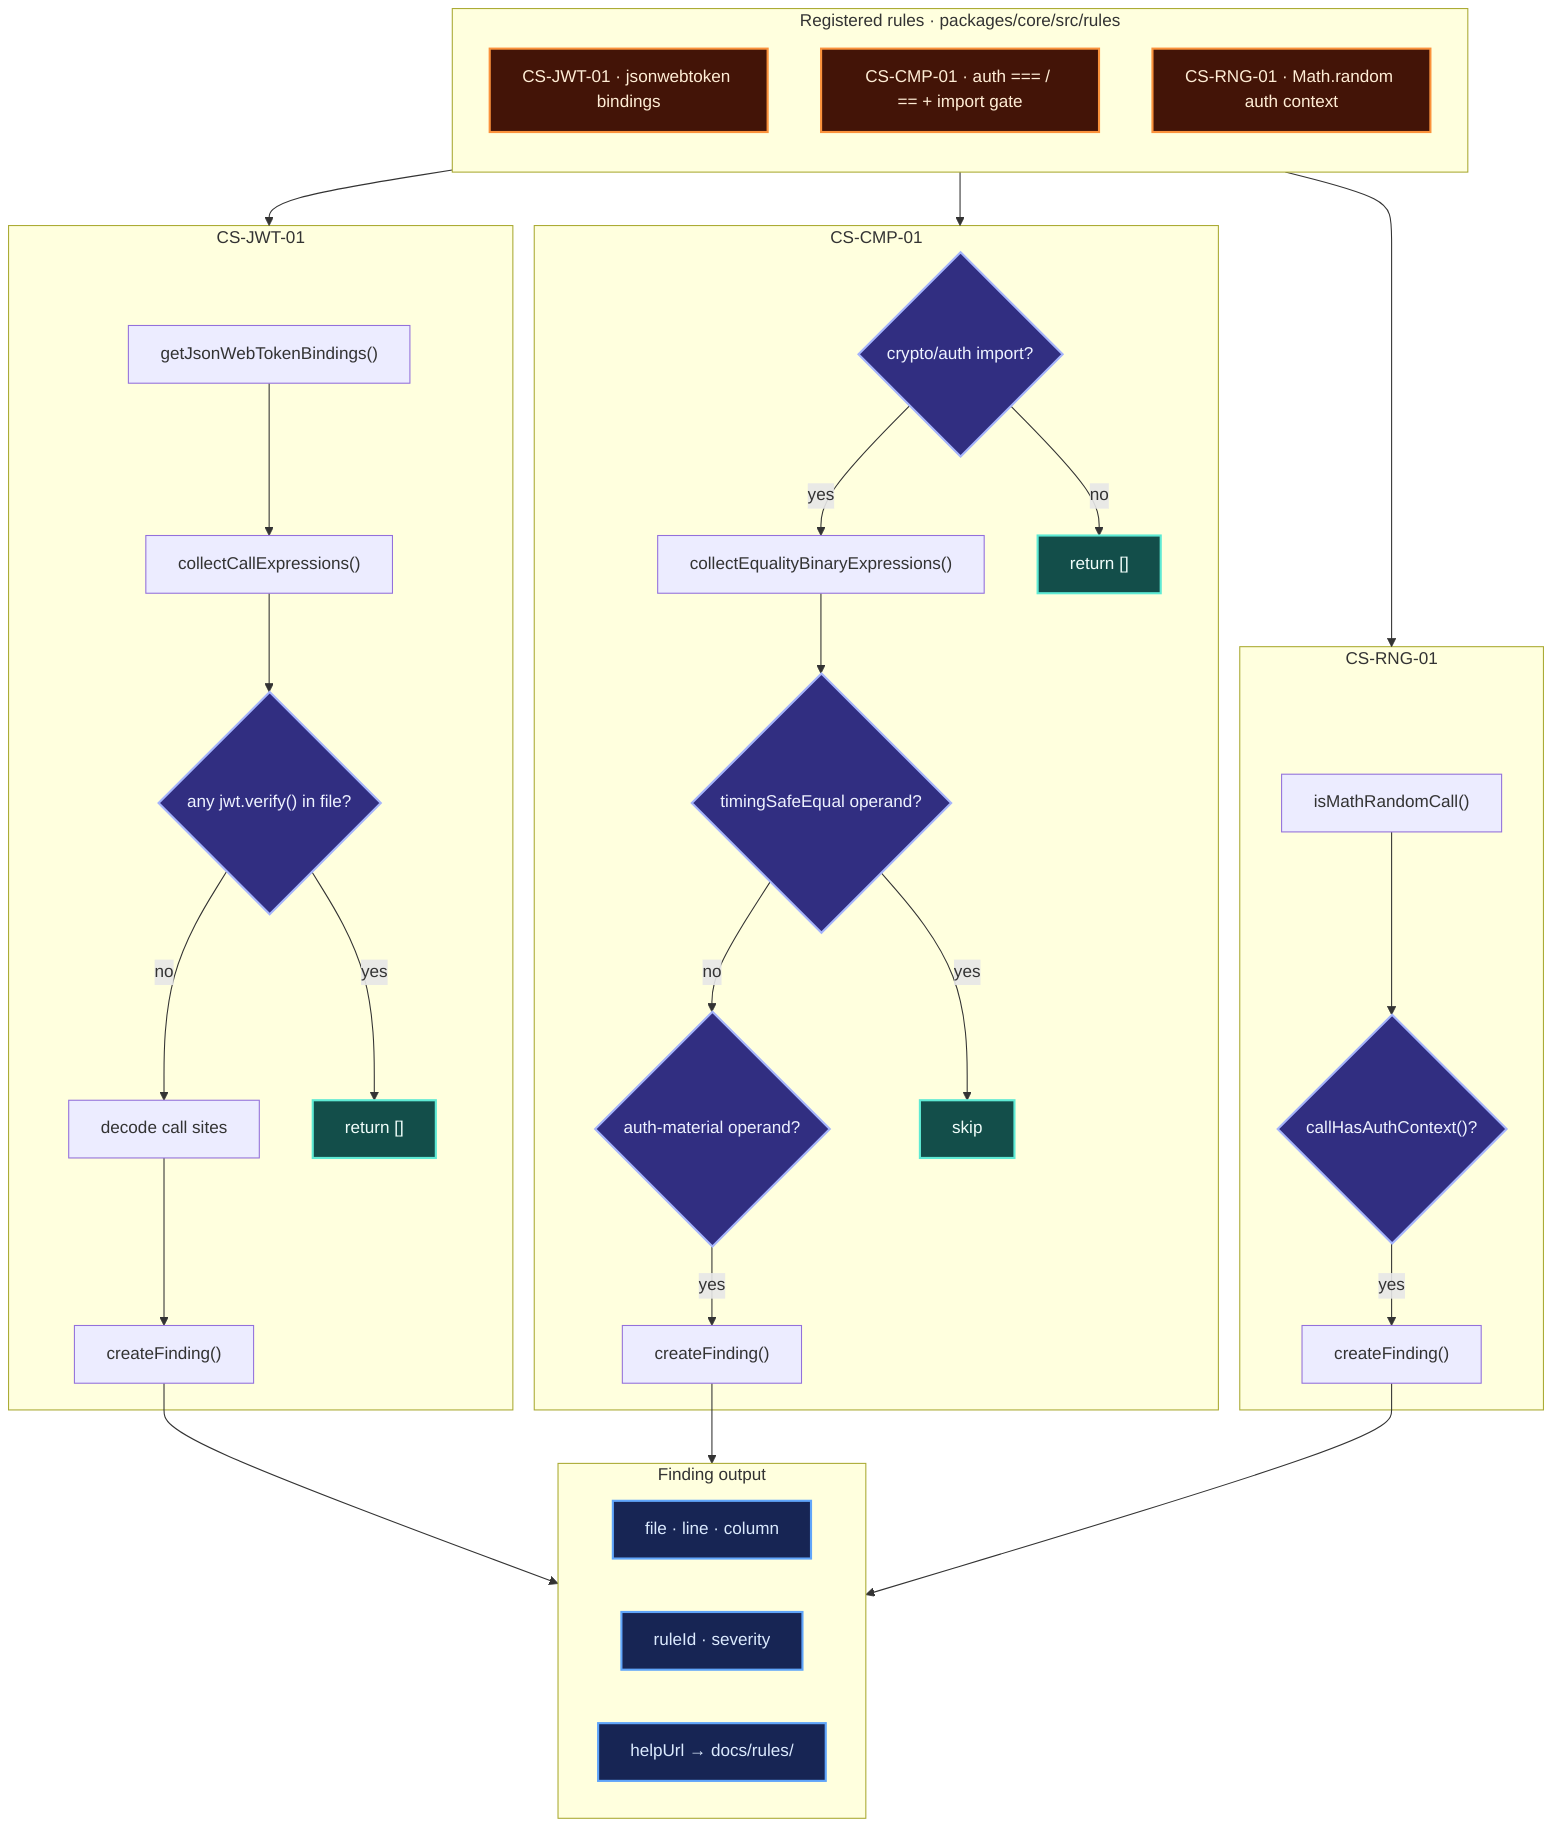
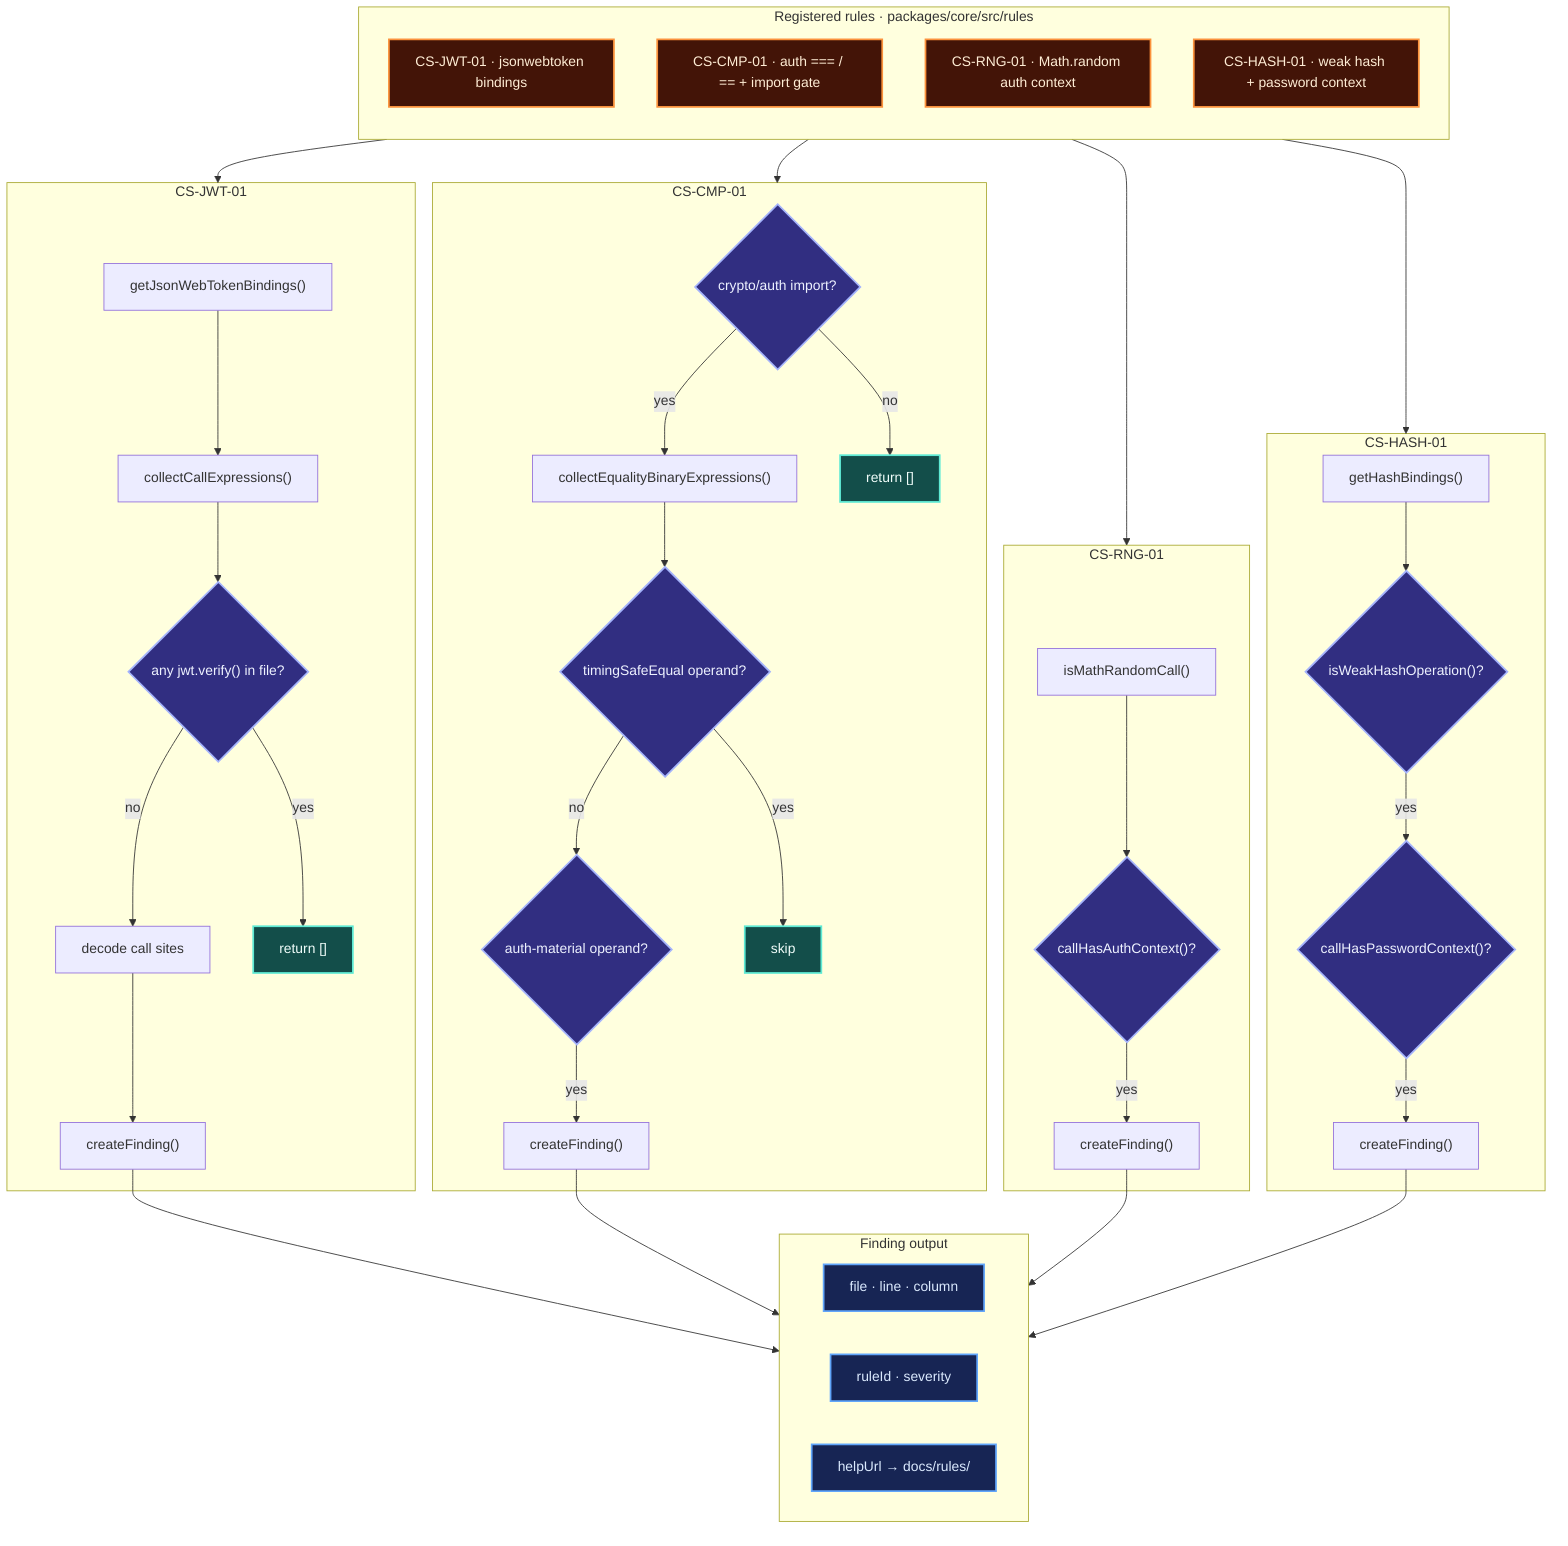
flowchart TB
	subgraph RULES["Registered rules · packages/core/src/rules"]
		direction TB
		JWT["CS-JWT-01 · jsonwebtoken bindings"]
		CMP["CS-CMP-01 · auth === / == + import gate"]
		RNG["CS-RNG-01 · Math.random auth context"]
+ 		HASH["CS-HASH-01 · weak hash + password context"]
	end

	subgraph JWT_FLOW["CS-JWT-01"]
		BIND["getJsonWebTokenBindings()"]
		WALK["collectCallExpressions()"]
		VERIFY{"any jwt.verify() in file?"}
		DECODE["decode call sites"]
		BIND --> WALK --> VERIFY
		VERIFY -->|yes| JCLEAN["return []"]
		VERIFY -->|no| DECODE --> JFIND["createFinding()"]
	end

	subgraph CMP_FLOW["CS-CMP-01"]
		GATE{"crypto/auth import?"}
		BIN["collectEqualityBinaryExpressions()"]
		AUTH{"auth-material operand?"}
		SAFE{"timingSafeEqual operand?"}
		GATE -->|no| CCLEAN["return []"]
		GATE -->|yes| BIN --> SAFE
		SAFE -->|yes| CSKIP["skip"]
		SAFE -->|no| AUTH -->|yes| CFIND["createFinding()"]
	end

	subgraph RNG_FLOW["CS-RNG-01"]
		MR["isMathRandomCall()"]
		CTX{"callHasAuthContext()?"}
		MR --> CTX
		CTX -->|yes| RFIND["createFinding()"]
	end

+ 	subgraph HASH_FLOW["CS-HASH-01"]
+ 		HBIND["getHashBindings()"]
+ 		WEAK{"isWeakHashOperation()?"}
+ 		PWD{"callHasPasswordContext()?"}
+ 		HBIND --> WEAK
+ 		WEAK -->|yes| PWD
+ 		PWD -->|yes| HFIND["createFinding()"]
+ 	end
+ 
	subgraph REPORT["Finding output"]
		direction LR
		LOC["file · line · column"]
		MSG["ruleId · severity"]
		DOC["helpUrl → docs/rules/"]
	end

	JWT --> JWT_FLOW
	CMP --> CMP_FLOW
	RNG --> RNG_FLOW
+ 	HASH --> HASH_FLOW
	JFIND --> REPORT
	CFIND --> REPORT
	RFIND --> REPORT
+ 	HFIND --> REPORT

	classDef rule fill:#431407,stroke:#fb923c,stroke-width:2px,color:#ffedd5
	classDef decision fill:#312e81,stroke:#a5b4fc,stroke-width:2px,color:#eef2ff
	classDef clean fill:#134e4a,stroke:#5eead4,stroke-width:2px,color:#f0fdfa
	classDef report fill:#172554,stroke:#60a5fa,stroke-width:2px,color:#dbeafe

- 	class JWT,CMP,RNG rule
- 	class VERIFY,GATE,AUTH,SAFE,CTX decision
+ 	class JWT,CMP,RNG,HASH rule
+ 	class VERIFY,GATE,AUTH,SAFE,CTX,WEAK,PWD decision
	class JCLEAN,CCLEAN,CSKIP clean
	class LOC,MSG,DOC report
